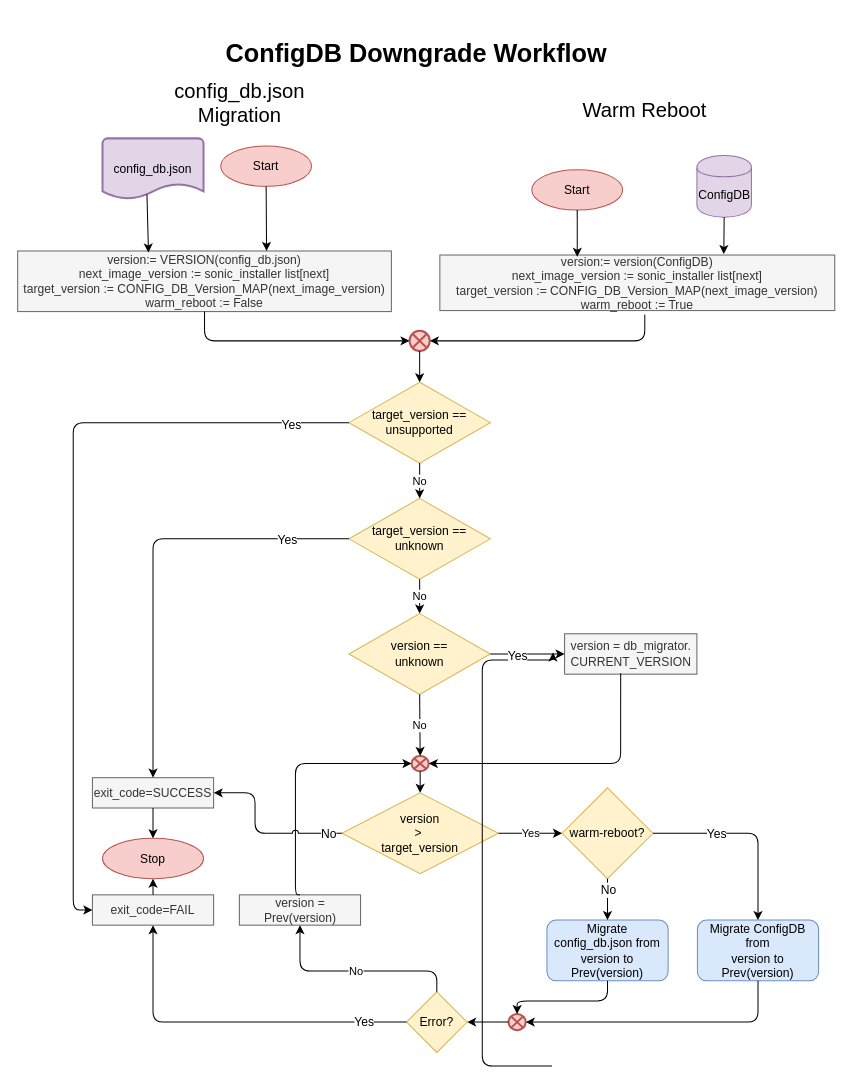
sg893052/sonic-buildimage keeps this draw.io diagram as manageability/images/db_migrator_downgrade.drawio. Above is the earlier version. Source tidied: cells renumbered, new cells numbered last; positions are measured from the earlier drawing's top-left corner, leaving out a move shared by most shapes. Both pictures are drawn from the tidied source at 101%, with x=0, y=0 at pixel (17, 17).
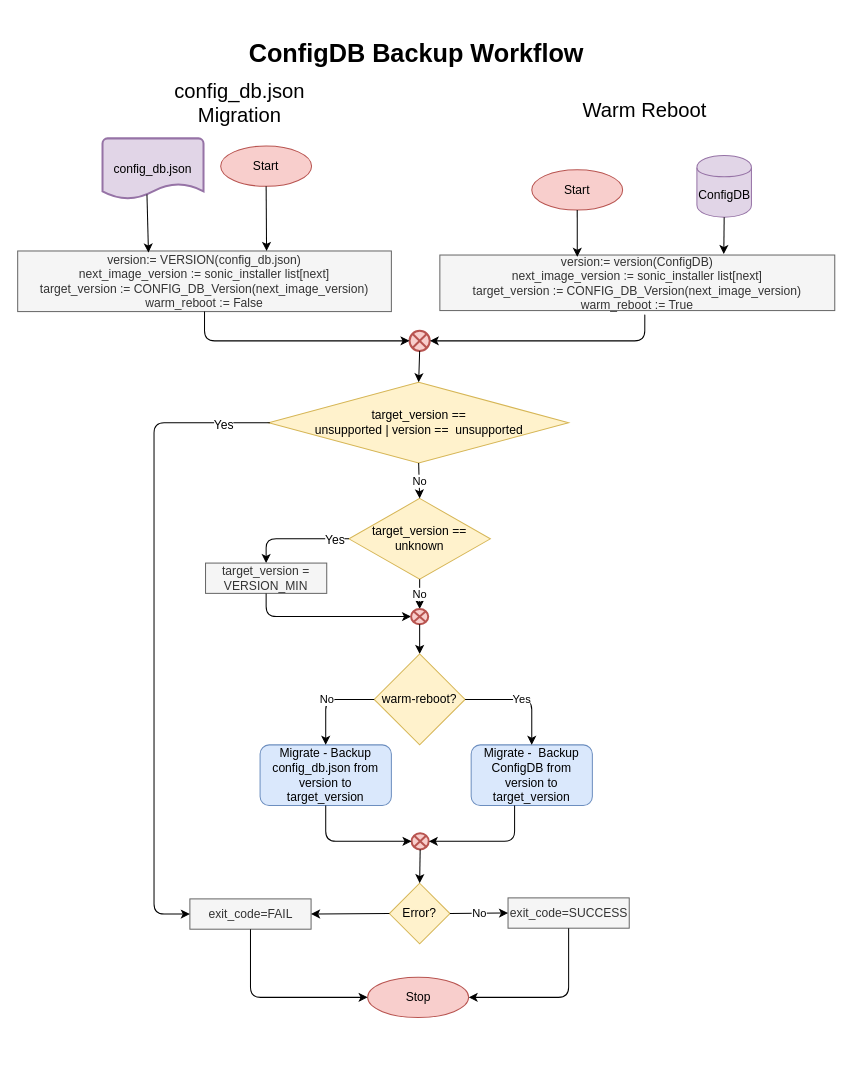
The same diagram, later.

The change refers to these unchanged cells:
```xml
<mxCell id="29" value="target_version ==&lt;br&gt;unknown" style="rhombus;whiteSpace=wrap;html=1;fillColor=#fff2cc;strokeColor=#d6b656;" parent="1" vertex="1">
  <mxGeometry x="328" y="476" width="140" height="80" as="geometry" />
</mxCell>
```

Change to the diagram source:
```diff
@@
-    <mxCell id="3" value="version&lt;br&gt;&amp;gt;&amp;nbsp;&lt;br&gt;target_version" style="rhombus;whiteSpace=wrap;html=1;fillColor=#fff2cc;strokeColor=#d6b656;" parent="1" vertex="1">
-      <mxGeometry x="321" y="767.5" width="155" height="80" as="geometry" />
-    </mxCell>
-    <mxCell id="4" value="version:= VERSION(config_db.json)&lt;br&gt;next_image_version := sonic_installer list[next]&lt;br&gt;target_version := CONFIG_DB_Version_MAP(next_image_version)&lt;br&gt;warm_reboot := False" style="rounded=0;whiteSpace=wrap;html=1;fillColor=#f5f5f5;strokeColor=#666666;fontColor=#333333;" parent="1" vertex="1">
+    <mxCell id="4" value="version:= VERSION(config_db.json)&lt;br&gt;next_image_version := sonic_installer list[next]&lt;br&gt;target_version := CONFIG_DB_Version(next_image_version)&lt;br&gt;warm_reboot := False" style="rounded=0;whiteSpace=wrap;html=1;fillColor=#f5f5f5;strokeColor=#666666;fontColor=#333333;" parent="1" vertex="1">
       <mxGeometry y="231" width="370" height="60" as="geometry" />
     </mxCell>
-    <mxCell id="5" value="Migrate config_db.json from&lt;br&gt;version to Prev(version)" style="rounded=1;whiteSpace=wrap;html=1;fillColor=#dae8fc;strokeColor=#6c8ebf;" parent="1" vertex="1">
-      <mxGeometry x="524" y="893.5" width="120" height="60" as="geometry" />
+    <mxCell id="5" value="Migrate - Backup&lt;br&gt;config_db.json from&lt;br&gt;version to target_version" style="rounded=1;whiteSpace=wrap;html=1;fillColor=#dae8fc;strokeColor=#6c8ebf;" parent="1" vertex="1">
+      <mxGeometry x="240" y="720" width="130" height="60" as="geometry" />
     </mxCell>
-    <mxCell id="6" value="version = Prev(version)" style="rounded=0;whiteSpace=wrap;html=1;fillColor=#f5f5f5;strokeColor=#666666;fontColor=#333333;" parent="1" vertex="1">
-      <mxGeometry x="219.5" y="868.5" width="120" height="30" as="geometry" />
-    </mxCell>
     <mxCell id="7" value="Stop" style="ellipse;whiteSpace=wrap;html=1;fillColor=#f8cecc;strokeColor=#b85450;" parent="1" vertex="1">
-      <mxGeometry x="84" y="812.5" width="100" height="40" as="geometry" />
+      <mxGeometry x="346.5" y="950" width="100" height="40" as="geometry" />
     </mxCell>
@@
-    <mxCell id="9" value="&lt;font style=&quot;font-size: 25px&quot;&gt;&lt;b&gt;ConfigDB Downgrade Workflow&lt;/b&gt;&lt;/font&gt;" style="text;html=1;strokeColor=none;fillColor=none;align=center;verticalAlign=middle;whiteSpace=wrap;rounded=0;" parent="1" vertex="1">
+    <mxCell id="9" value="&lt;font style=&quot;font-size: 25px&quot;&gt;&lt;b&gt;ConfigDB Backup Workflow&lt;/b&gt;&lt;/font&gt;" style="text;html=1;strokeColor=none;fillColor=none;align=center;verticalAlign=middle;whiteSpace=wrap;rounded=0;" parent="1" vertex="1">
       <mxGeometry x="155" width="480" height="68" as="geometry" />
     </mxCell>
@@
-    <mxCell id="11" style="verticalLabelPosition=bottom;verticalAlign=top;html=1;strokeWidth=2;shape=mxgraph.flowchart.or;fillColor=#f8cecc;strokeColor=#b85450;" parent="1" vertex="1">
-      <mxGeometry x="390" y="731" width="17" height="15" as="geometry" />
-    </mxCell>
-    <mxCell id="12" value="version:= version(ConfigDB)&lt;br&gt;next_image_version := sonic_installer list[next]&lt;br&gt;target_version := CONFIG_DB_Version_MAP(next_image_version)&lt;br&gt;warm_reboot := True" style="rounded=0;whiteSpace=wrap;html=1;fillColor=#f5f5f5;strokeColor=#666666;fontColor=#333333;" parent="1" vertex="1">
+    <mxCell id="12" value="version:= version(ConfigDB)&lt;br&gt;next_image_version := sonic_installer list[next]&lt;br&gt;target_version := CONFIG_DB_Version(next_image_version)&lt;br&gt;warm_reboot := True" style="rounded=0;whiteSpace=wrap;html=1;fillColor=#f5f5f5;strokeColor=#666666;fontColor=#333333;" parent="1" vertex="1">
       <mxGeometry x="418" y="235" width="391" height="55" as="geometry" />
     </mxCell>
@@
-    <mxCell id="14" style="edgeStyle=segmentEdgeStyle;endArrow=classic;html=1;exitX=0;exitY=0.5;exitDx=0;exitDy=0;entryX=-0.061;entryY=0.3;entryDx=0;entryDy=0;entryPerimeter=0;" parent="1" edge="1">
-      <mxGeometry relative="1" as="geometry">
-        <mxPoint x="529" y="1038" as="sourcePoint" />
-        <mxPoint x="530" y="628.5" as="targetPoint" />
-        <Array as="points">
-          <mxPoint x="460" y="1038" />
-          <mxPoint x="460" y="636" />
-        </Array>
-      </mxGeometry>
-    </mxCell>
@@
-    <mxCell id="18" style="endArrow=classic;html=1;exitX=0.5;exitY=1;exitDx=0;exitDy=0;exitPerimeter=0;entryX=0.5;entryY=0;entryDx=0;entryDy=0;" parent="1" edge="1" source="11" target="3">
-      <mxGeometry relative="1" as="geometry" />
-    </mxCell>
@@
-    <mxCell id="22" value="Error?" style="rhombus;whiteSpace=wrap;html=1;fillColor=#fff2cc;strokeColor=#d6b656;" parent="1" vertex="1">
-      <mxGeometry x="385" y="964.5" width="60" height="60" as="geometry" />
-    </mxCell>
-    <mxCell id="23" style="edgeStyle=segmentEdgeStyle;endArrow=classic;html=1;exitX=0;exitY=0.5;exitDx=0;exitDy=0;entryX=0.5;entryY=1;entryDx=0;entryDy=0;" parent="1" edge="1" source="22" target="25">
-      <mxGeometry relative="1" as="geometry">
-        <Array as="points">
-          <mxPoint x="134" y="994.5" />
-        </Array>
-      </mxGeometry>
-    </mxCell>
-    <mxCell id="24" value="Yes" style="text;html=1;align=center;verticalAlign=middle;labelBackgroundColor=#ffffff;" parent="23" vertex="1">
-      <mxGeometry x="-0.75" relative="1" as="geometry" />
-    </mxCell>
     <mxCell id="25" value="exit_code=FAIL" style="rounded=0;whiteSpace=wrap;html=1;fillColor=#f5f5f5;strokeColor=#666666;fontColor=#333333;" parent="1" vertex="1">
-      <mxGeometry x="74" y="868.5" width="120" height="30" as="geometry" />
+      <mxGeometry x="170.5" y="872.5" width="120" height="30" as="geometry" />
     </mxCell>
-    <mxCell id="26" style="endArrow=classic;html=1;exitX=0.5;exitY=0;exitDx=0;exitDy=0;entryX=0.5;entryY=1;entryDx=0;entryDy=0;" parent="1" edge="1" source="25" target="7">
-      <mxGeometry relative="1" as="geometry" />
-    </mxCell>
     <mxCell id="27" value="exit_code=SUCCESS" style="rounded=0;whiteSpace=wrap;html=1;fillColor=#f5f5f5;strokeColor=#666666;fontColor=#333333;" parent="1" vertex="1">
-      <mxGeometry x="74" y="752.5" width="120" height="30" as="geometry" />
+      <mxGeometry x="485.5" y="871.5" width="120" height="30" as="geometry" />
     </mxCell>
-    <mxCell id="28" style="endArrow=classic;html=1;exitX=0.5;exitY=1;exitDx=0;exitDy=0;entryX=0.5;entryY=0;entryDx=0;entryDy=0;" parent="1" edge="1" source="27" target="7">
-      <mxGeometry relative="1" as="geometry" />
-    </mxCell>
@@
-    <mxCell id="30" value="version ==&lt;br&gt;unknown" style="rhombus;whiteSpace=wrap;html=1;fillColor=#fff2cc;strokeColor=#d6b656;" parent="1" vertex="1">
-      <mxGeometry x="328" y="590" width="140" height="80" as="geometry" />
-    </mxCell>
-    <mxCell id="31" value="No" style="endArrow=classic;html=1;exitX=0.5;exitY=1;exitDx=0;exitDy=0;entryX=0.5;entryY=0;entryDx=0;entryDy=0;entryPerimeter=0;" parent="1" edge="1" source="30" target="11">
-      <mxGeometry relative="1" as="geometry" />
-    </mxCell>
-    <mxCell id="32" value="version = db_migrator.&lt;br&gt;CURRENT_VERSION" style="rounded=0;whiteSpace=wrap;html=1;fillColor=#f5f5f5;strokeColor=#666666;fontColor=#333333;" parent="1" vertex="1">
-      <mxGeometry x="541.5" y="610" width="131" height="40" as="geometry" />
-    </mxCell>
-    <mxCell id="33" style="edgeStyle=segmentEdgeStyle;endArrow=classic;html=1;exitX=0.424;exitY=0.975;exitDx=0;exitDy=0;exitPerimeter=0;entryX=1;entryY=0.5;entryDx=0;entryDy=0;entryPerimeter=0;" parent="1" edge="1" source="32" target="11">
-      <mxGeometry relative="1" as="geometry">
-        <Array as="points">
-          <mxPoint x="597" y="739" />
-        </Array>
-      </mxGeometry>
-    </mxCell>
-    <mxCell id="34" value="target_version ==&lt;br&gt;unsupported" style="rhombus;whiteSpace=wrap;html=1;fillColor=#fff2cc;strokeColor=#d6b656;" parent="1" vertex="1">
-      <mxGeometry x="328" y="361" width="140" height="80" as="geometry" />
+    <mxCell id="34" value="target_version ==&lt;br&gt;unsupported | version ==&amp;nbsp; unsupported" style="rhombus;whiteSpace=wrap;html=1;fillColor=#fff2cc;strokeColor=#d6b656;" parent="1" vertex="1">
+      <mxGeometry x="248.5" y="361" width="297" height="80" as="geometry" />
     </mxCell>
@@
-    <mxCell id="36" value="warm-reboot?" style="rhombus;whiteSpace=wrap;html=1;fillColor=#fff2cc;strokeColor=#d6b656;" parent="1" vertex="1">
-      <mxGeometry x="539" y="762.5" width="90" height="90" as="geometry" />
-    </mxCell>
-    <mxCell id="37" value="Migrate ConfigDB from&lt;br&gt;version to Prev(version)" style="rounded=1;whiteSpace=wrap;html=1;fillColor=#dae8fc;strokeColor=#6c8ebf;" parent="1" vertex="1">
-      <mxGeometry x="673" y="893.5" width="120" height="60" as="geometry" />
+    <mxCell id="37" value="Migrate -&amp;nbsp; Backup&lt;br&gt;ConfigDB from&lt;br&gt;version to target_version" style="rounded=1;whiteSpace=wrap;html=1;fillColor=#dae8fc;strokeColor=#6c8ebf;" parent="1" vertex="1">
+      <mxGeometry x="449" y="720" width="120" height="60" as="geometry" />
     </mxCell>
-    <mxCell id="38" value="Yes" style="endArrow=classic;html=1;exitX=1;exitY=0.5;exitDx=0;exitDy=0;entryX=0;entryY=0.5;entryDx=0;entryDy=0;" parent="1" edge="1" source="3" target="36">
-      <mxGeometry relative="1" as="geometry" />
-    </mxCell>
-    <mxCell id="39" style="edgeStyle=segmentEdgeStyle;endArrow=classic;html=1;exitX=1;exitY=0.5;exitDx=0;exitDy=0;entryX=0.5;entryY=0;entryDx=0;entryDy=0;" parent="1" edge="1" source="36" target="37">
-      <mxGeometry relative="1" as="geometry" />
-    </mxCell>
-    <mxCell id="40" value="Yes" style="text;html=1;align=center;verticalAlign=middle;labelBackgroundColor=#ffffff;" parent="39" vertex="1">
-      <mxGeometry x="-0.35" y="-1" relative="1" as="geometry" />
-    </mxCell>
-    <mxCell id="41" style="endArrow=classic;html=1;exitX=0.5;exitY=1;exitDx=0;exitDy=0;entryX=0.5;entryY=0;entryDx=0;entryDy=0;" parent="1" edge="1" source="36" target="5">
-      <mxGeometry relative="1" as="geometry" />
-    </mxCell>
-    <mxCell id="42" value="No" style="text;html=1;align=center;verticalAlign=middle;labelBackgroundColor=#ffffff;" parent="41" vertex="1">
-      <mxGeometry x="-0.44" relative="1" as="geometry" />
-    </mxCell>
     <mxCell id="43" style="verticalLabelPosition=bottom;verticalAlign=top;html=1;strokeWidth=2;shape=mxgraph.flowchart.or;fillColor=#f8cecc;strokeColor=#b85450;" parent="1" vertex="1">
-      <mxGeometry x="486" y="986.5" width="17" height="16" as="geometry" />
+      <mxGeometry x="390" y="807.5" width="17" height="16" as="geometry" />
     </mxCell>
-    <mxCell id="44" style="edgeStyle=segmentEdgeStyle;endArrow=classic;html=1;exitX=0.5;exitY=1;exitDx=0;exitDy=0;entryX=0.5;entryY=0;entryDx=0;entryDy=0;entryPerimeter=0;" parent="1" edge="1" source="5" target="43">
-      <mxGeometry relative="1" as="geometry">
-        <Array as="points">
-          <mxPoint x="584" y="973.5" />
-          <mxPoint x="495" y="973.5" />
-        </Array>
-      </mxGeometry>
-    </mxCell>
-    <mxCell id="45" style="edgeStyle=segmentEdgeStyle;endArrow=classic;html=1;exitX=0.5;exitY=1;exitDx=0;exitDy=0;entryX=1;entryY=0.5;entryDx=0;entryDy=0;entryPerimeter=0;" parent="1" edge="1" source="37" target="43">
+    <mxCell id="45" style="edgeStyle=segmentEdgeStyle;endArrow=classic;html=1;exitX=0.5;exitY=1;exitDx=0;exitDy=0;entryX=1;entryY=0.5;entryDx=0;entryDy=0;entryPerimeter=0;" parent="1" edge="1" target="43">
       <mxGeometry relative="1" as="geometry">
+        <mxPoint x="492" y="780" as="sourcePoint" />
         <Array as="points">
-          <mxPoint x="733" y="994.5" />
+          <mxPoint x="492" y="816" />
         </Array>
       </mxGeometry>
     </mxCell>
-    <mxCell id="46" style="endArrow=classic;html=1;exitX=0;exitY=0.5;exitDx=0;exitDy=0;exitPerimeter=0;entryX=1;entryY=0.5;entryDx=0;entryDy=0;" parent="1" edge="1" source="43" target="22">
-      <mxGeometry relative="1" as="geometry" />
-    </mxCell>
@@
-    <mxCell id="51" style="endArrow=classic;html=1;exitX=1;exitY=0.5;exitDx=0;exitDy=0;entryX=0;entryY=0.5;entryDx=0;entryDy=0;" parent="1" edge="1" source="30" target="32">
-      <mxGeometry relative="1" as="geometry" />
-    </mxCell>
-    <mxCell id="52" value="Yes" style="text;html=1;align=center;verticalAlign=middle;labelBackgroundColor=#ffffff;" parent="51" vertex="1">
-      <mxGeometry x="-0.28" y="-1" relative="1" as="geometry" />
-    </mxCell>
-    <mxCell id="53" value="No" style="edgeStyle=segmentEdgeStyle;endArrow=classic;html=1;exitX=0.5;exitY=0;exitDx=0;exitDy=0;entryX=0.5;entryY=1;entryDx=0;entryDy=0;" parent="1" edge="1" source="22" target="6">
-      <mxGeometry relative="1" as="geometry">
-        <Array as="points">
-          <mxPoint x="415" y="944" />
-          <mxPoint x="280" y="944" />
-        </Array>
-      </mxGeometry>
-    </mxCell>
-    <mxCell id="54" style="edgeStyle=segmentEdgeStyle;endArrow=classic;html=1;entryX=0;entryY=0.5;entryDx=0;entryDy=0;entryPerimeter=0;exitX=0.5;exitY=0;exitDx=0;exitDy=0;" parent="1" edge="1" source="6" target="11">
-      <mxGeometry relative="1" as="geometry">
-        <Array as="points">
-          <mxPoint x="275" y="869" />
-          <mxPoint x="275" y="739" />
-        </Array>
-      </mxGeometry>
-    </mxCell>
-    <mxCell id="55" style="edgeStyle=segmentEdgeStyle;endArrow=classic;html=1;entryX=1;entryY=0.5;entryDx=0;entryDy=0;exitX=0;exitY=0.5;exitDx=0;exitDy=0;jumpStyle=arc;" parent="1" edge="1" source="3" target="27">
-      <mxGeometry relative="1" as="geometry">
-        <Array as="points">
-          <mxPoint x="235" y="808" />
-          <mxPoint x="235" y="768" />
-        </Array>
-      </mxGeometry>
-    </mxCell>
-    <mxCell id="56" value="No" style="text;html=1;align=center;verticalAlign=middle;labelBackgroundColor=#ffffff;" parent="55" vertex="1">
-      <mxGeometry x="-0.83" y="1" relative="1" as="geometry" />
-    </mxCell>
-    <mxCell id="57" style="edgeStyle=segmentEdgeStyle;endArrow=classic;html=1;exitX=0;exitY=0.5;exitDx=0;exitDy=0;entryX=0.5;entryY=0;entryDx=0;entryDy=0;" parent="1" edge="1" source="29" target="27">
-      <mxGeometry relative="1" as="geometry" />
+    <mxCell id="57" style="edgeStyle=segmentEdgeStyle;endArrow=classic;html=1;exitX=0;exitY=0.5;exitDx=0;exitDy=0;entryX=0.5;entryY=0;entryDx=0;entryDy=0;" parent="1" edge="1" source="29" target="62">
+      <mxGeometry relative="1" as="geometry">
+        <Array as="points">
+          <mxPoint x="246" y="516" />
+        </Array>
+      </mxGeometry>
     </mxCell>
@@
-    <mxCell id="59" value="No" style="endArrow=classic;html=1;exitX=0.5;exitY=1;exitDx=0;exitDy=0;entryX=0.5;entryY=0;entryDx=0;entryDy=0;" parent="1" edge="1" source="29" target="30">
+    <mxCell id="59" value="No" style="endArrow=classic;html=1;exitX=0.5;exitY=1;exitDx=0;exitDy=0;entryX=0.5;entryY=0;entryDx=0;entryDy=0;entryPerimeter=0;" parent="1" edge="1" source="29" target="64">
       <mxGeometry relative="1" as="geometry" />
     </mxCell>
     <mxCell id="60" style="edgeStyle=segmentEdgeStyle;endArrow=classic;html=1;entryX=0;entryY=0.5;entryDx=0;entryDy=0;exitX=0;exitY=0.5;exitDx=0;exitDy=0;" parent="1" edge="1" source="34" target="25">
       <mxGeometry relative="1" as="geometry">
         <Array as="points">
-          <mxPoint x="55" y="401" />
-          <mxPoint x="55" y="884" />
+          <mxPoint x="250" y="401" />
+          <mxPoint x="135" y="401" />
+          <mxPoint x="135" y="884" />
         </Array>
       </mxGeometry>
     </mxCell>
@@
+    <mxCell id="62" value="target_version = VERSION_MIN" style="rounded=0;whiteSpace=wrap;html=1;fillColor=#f5f5f5;strokeColor=#666666;fontColor=#333333;" parent="1" vertex="1">
+      <mxGeometry x="186" y="540" width="120" height="30" as="geometry" />
+    </mxCell>
+    <mxCell id="63" style="edgeStyle=segmentEdgeStyle;endArrow=classic;html=1;exitX=0.5;exitY=1;exitDx=0;exitDy=0;entryX=0;entryY=0.5;entryDx=0;entryDy=0;entryPerimeter=0;" parent="1" edge="1" source="62" target="64">
+      <mxGeometry relative="1" as="geometry">
+        <Array as="points">
+          <mxPoint x="246" y="593" />
+        </Array>
+      </mxGeometry>
+    </mxCell>
+    <mxCell id="64" style="verticalLabelPosition=bottom;verticalAlign=top;html=1;strokeWidth=2;shape=mxgraph.flowchart.or;fillColor=#f8cecc;strokeColor=#b85450;" parent="1" vertex="1">
+      <mxGeometry x="389.5" y="585.5" width="17" height="15" as="geometry" />
+    </mxCell>
+    <mxCell id="65" style="endArrow=classic;html=1;exitX=0.5;exitY=1;exitDx=0;exitDy=0;exitPerimeter=0;entryX=0.5;entryY=0;entryDx=0;entryDy=0;" parent="1" edge="1" source="64" target="36">
+      <mxGeometry relative="1" as="geometry" />
+    </mxCell>
+    <mxCell id="36" value="warm-reboot?" style="rhombus;whiteSpace=wrap;html=1;fillColor=#fff2cc;strokeColor=#d6b656;" parent="1" vertex="1">
+      <mxGeometry x="353" y="630" width="90" height="90" as="geometry" />
+    </mxCell>
+    <mxCell id="41" value="No" style="edgeStyle=segmentEdgeStyle;endArrow=classic;html=1;exitX=0;exitY=0.5;exitDx=0;exitDy=0;entryX=0.5;entryY=0;entryDx=0;entryDy=0;" parent="1" edge="1" source="36" target="5">
+      <mxGeometry relative="1" as="geometry" />
+    </mxCell>
+    <mxCell id="22" value="Error?" style="rhombus;whiteSpace=wrap;html=1;fillColor=#fff2cc;strokeColor=#d6b656;" parent="1" vertex="1">
+      <mxGeometry x="368" y="857" width="60" height="60" as="geometry" />
+    </mxCell>
+    <mxCell id="44" style="edgeStyle=segmentEdgeStyle;endArrow=classic;html=1;exitX=0.5;exitY=1;exitDx=0;exitDy=0;entryX=0;entryY=0.5;entryDx=0;entryDy=0;entryPerimeter=0;" parent="1" edge="1" source="5" target="43">
+      <mxGeometry relative="1" as="geometry">
+        <Array as="points">
+          <mxPoint x="305" y="816" />
+        </Array>
+      </mxGeometry>
+    </mxCell>
+    <mxCell id="46" style="endArrow=classic;html=1;exitX=0.5;exitY=1;exitDx=0;exitDy=0;exitPerimeter=0;entryX=0.5;entryY=0;entryDx=0;entryDy=0;" parent="1" edge="1" source="43" target="22">
+      <mxGeometry relative="1" as="geometry" />
+    </mxCell>
+    <mxCell id="66" value="No" style="endArrow=classic;html=1;entryX=0;entryY=0.5;entryDx=0;entryDy=0;exitX=1;exitY=0.5;exitDx=0;exitDy=0;" parent="1" edge="1" source="22" target="27">
+      <mxGeometry relative="1" as="geometry" />
+    </mxCell>
+    <mxCell id="39" value="Yes" style="edgeStyle=segmentEdgeStyle;endArrow=classic;html=1;entryX=0.5;entryY=0;entryDx=0;entryDy=0;exitX=1;exitY=0.5;exitDx=0;exitDy=0;" parent="1" edge="1" source="36" target="37">
+      <mxGeometry relative="1" as="geometry" />
+    </mxCell>
+    <mxCell id="26" style="edgeStyle=segmentEdgeStyle;endArrow=classic;html=1;entryX=0;entryY=0.5;entryDx=0;entryDy=0;exitX=0.5;exitY=1;exitDx=0;exitDy=0;" parent="1" edge="1" source="25" target="7">
+      <mxGeometry relative="1" as="geometry">
+        <Array as="points">
+          <mxPoint x="231" y="970" />
+        </Array>
+      </mxGeometry>
+    </mxCell>
+    <mxCell id="28" style="edgeStyle=segmentEdgeStyle;endArrow=classic;html=1;entryX=1;entryY=0.5;entryDx=0;entryDy=0;exitX=0.5;exitY=1;exitDx=0;exitDy=0;" parent="1" edge="1" source="27" target="7">
+      <mxGeometry relative="1" as="geometry">
+        <Array as="points">
+          <mxPoint x="546" y="970" />
+        </Array>
+      </mxGeometry>
+    </mxCell>
+    <mxCell id="23" style="endArrow=classic;html=1;entryX=1;entryY=0.5;entryDx=0;entryDy=0;exitX=0;exitY=0.5;exitDx=0;exitDy=0;" parent="1" edge="1" source="22" target="25">
+      <mxGeometry relative="1" as="geometry" />
+    </mxCell>
```
